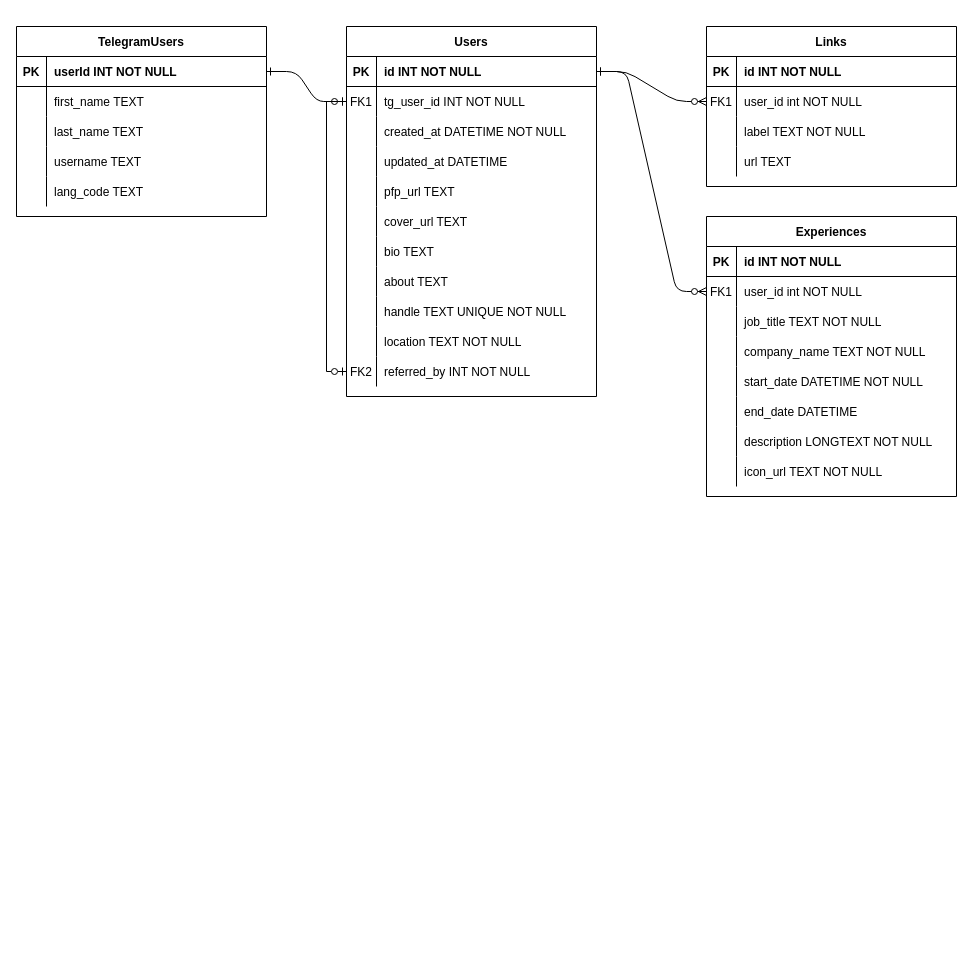
Earlier version of the draw.io diagram tg-profile-entity-class-diagram.drawio (ImWaynnee/tg-profile-class-diagram). Source tidied: cells renumbered, new cells numbered last; positions are measured from the earlier drawing's top-left corner, leaving out a move shared by most shapes. Both pictures are drawn from the tidied source at 100%, with x=0, y=0 at pixel (16, 26).
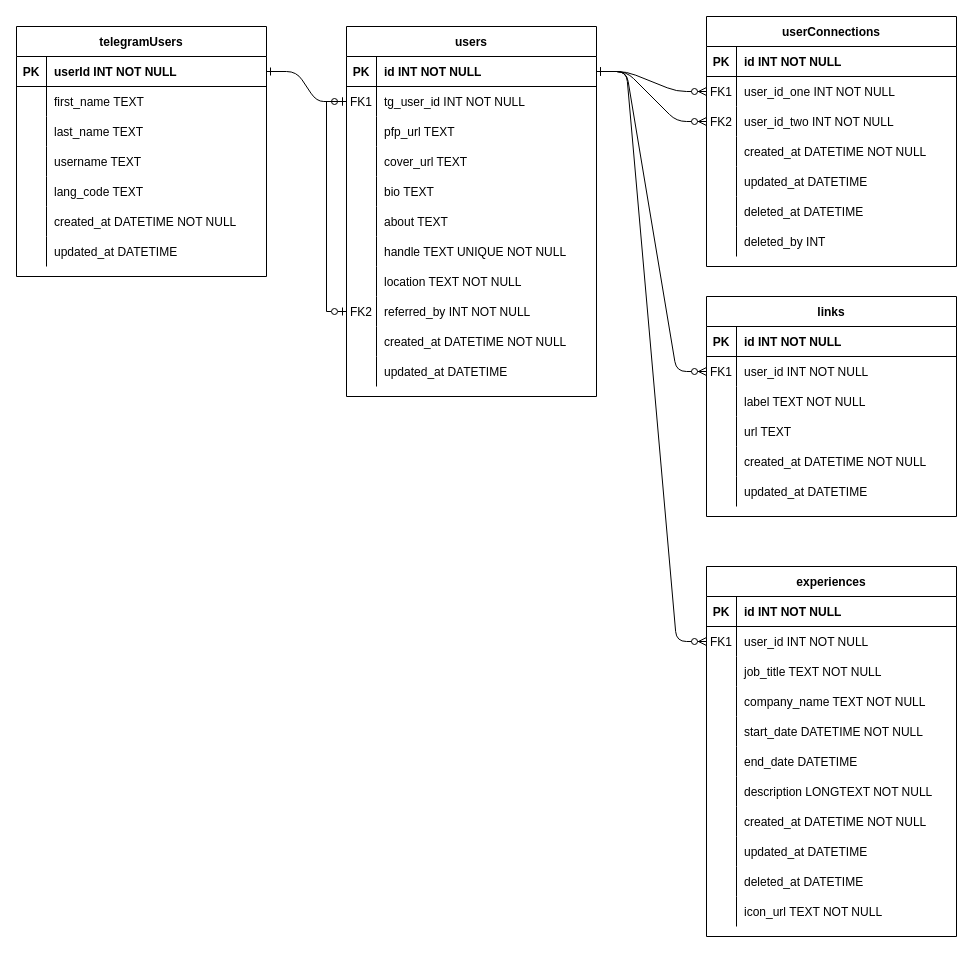
After the change.

Unchanged cells that the change refers to:
```xml
<mxCell id="5" style="shape=partialRectangle;fillColor=none;points=[[0,0.5],[1,0.5]];portConstraint=eastwest;top=0;left=0;right=0;bottom=1;" parent="4" vertex="1">
  <mxGeometry y="30" width="250" height="30" as="geometry" />
</mxCell>
<mxCell id="42" style="shape=partialRectangle;fillColor=none;points=[[0,0.5],[1,0.5]];portConstraint=eastwest;top=0;left=0;right=0;bottom=0;" parent="38" vertex="1">
  <mxGeometry y="60" width="250" height="30" as="geometry" />
</mxCell>
<mxCell id="71" style="shape=partialRectangle;fillColor=none;points=[[0,0.5],[1,0.5]];portConstraint=eastwest;top=0;left=0;right=0;bottom=0;" parent="67" vertex="1">
  <mxGeometry y="60" width="250" height="30" as="geometry" />
</mxCell>
```

Change to the diagram source:
```diff
@@
-    <mxCell id="4" value="Users" style="shape=table;startSize=30;childLayout=tableLayout;rowLines=0;fontStyle=1;align=center;" parent="1" vertex="1">
+    <mxCell id="4" value="users" style="shape=table;startSize=30;childLayout=tableLayout;rowLines=0;fontStyle=1;align=center;" parent="1" vertex="1">
       <mxGeometry x="330" width="250" height="370" as="geometry" />
     </mxCell>
@@
-    <mxCell id="11" style="shape=partialRectangle;fillColor=none;top=0;left=0;right=0;bottom=0;" parent="4" vertex="1">
-      <mxGeometry y="90" width="250" height="30" as="geometry" />
-    </mxCell>
-    <mxCell id="12" style="shape=partialRectangle;overflow=hidden;fillColor=none;top=0;left=0;bottom=0;right=0;" parent="11" vertex="1">
-      <mxGeometry width="30" height="30" as="geometry" />
-    </mxCell>
-    <mxCell id="13" value="created_at DATETIME NOT NULL" style="shape=partialRectangle;overflow=hidden;fillColor=none;top=0;left=0;bottom=0;right=0;align=left;spacingLeft=6;" parent="11" vertex="1">
-      <mxGeometry x="30" width="220" height="30" as="geometry" />
-    </mxCell>
-    <mxCell id="14" style="shape=partialRectangle;fillColor=none;top=0;left=0;right=0;bottom=0;" parent="4" vertex="1">
-      <mxGeometry y="120" width="250" height="30" as="geometry" />
-    </mxCell>
-    <mxCell id="15" style="shape=partialRectangle;overflow=hidden;fillColor=none;top=0;left=0;bottom=0;right=0;" parent="14" vertex="1">
-      <mxGeometry width="30" height="30" as="geometry" />
-    </mxCell>
-    <mxCell id="16" value="updated_at DATETIME" style="shape=partialRectangle;overflow=hidden;fillColor=none;top=0;left=0;bottom=0;right=0;align=left;spacingLeft=6;" parent="14" vertex="1">
-      <mxGeometry x="30" width="220" height="30" as="geometry" />
-    </mxCell>
     <mxCell id="17" style="shape=partialRectangle;fillColor=none;top=0;left=0;right=0;bottom=0;" parent="4" vertex="1">
-      <mxGeometry y="150" width="250" height="30" as="geometry" />
+      <mxGeometry y="90" width="250" height="30" as="geometry" />
     </mxCell>
@@
     <mxCell id="20" style="shape=partialRectangle;fillColor=none;top=0;left=0;right=0;bottom=0;" parent="4" vertex="1">
-      <mxGeometry y="180" width="250" height="30" as="geometry" />
+      <mxGeometry y="120" width="250" height="30" as="geometry" />
     </mxCell>
@@
     <mxCell id="23" style="shape=partialRectangle;fillColor=none;top=0;left=0;right=0;bottom=0;" parent="4" vertex="1">
-      <mxGeometry y="210" width="250" height="30" as="geometry" />
+      <mxGeometry y="150" width="250" height="30" as="geometry" />
     </mxCell>
@@
     <mxCell id="26" style="shape=partialRectangle;fillColor=none;top=0;left=0;right=0;bottom=0;" parent="4" vertex="1">
-      <mxGeometry y="240" width="250" height="30" as="geometry" />
+      <mxGeometry y="180" width="250" height="30" as="geometry" />
     </mxCell>
@@
     <mxCell id="29" style="shape=partialRectangle;fillColor=none;top=0;left=0;right=0;bottom=0;" parent="4" vertex="1">
-      <mxGeometry y="270" width="250" height="30" as="geometry" />
+      <mxGeometry y="210" width="250" height="30" as="geometry" />
     </mxCell>
@@
     <mxCell id="32" style="shape=partialRectangle;fillColor=none;top=0;left=0;right=0;bottom=0;" parent="4" vertex="1">
-      <mxGeometry y="300" width="250" height="30" as="geometry" />
+      <mxGeometry y="240" width="250" height="30" as="geometry" />
     </mxCell>
@@
     <mxCell id="35" style="shape=partialRectangle;fillColor=none;points=[[0,0.5],[1,0.5]];portConstraint=eastwest;top=0;left=0;right=0;bottom=0;" parent="4" vertex="1">
-      <mxGeometry y="330" width="250" height="30" as="geometry" />
+      <mxGeometry y="270" width="250" height="30" as="geometry" />
     </mxCell>
@@
+    <mxCell id="11" style="shape=partialRectangle;fillColor=none;top=0;left=0;right=0;bottom=0;" parent="4" vertex="1">
+      <mxGeometry y="300" width="250" height="30" as="geometry" />
+    </mxCell>
+    <mxCell id="12" style="shape=partialRectangle;overflow=hidden;fillColor=none;top=0;left=0;bottom=0;right=0;" parent="11" vertex="1">
+      <mxGeometry width="30" height="30" as="geometry" />
+    </mxCell>
+    <mxCell id="13" value="created_at DATETIME NOT NULL" style="shape=partialRectangle;overflow=hidden;fillColor=none;top=0;left=0;bottom=0;right=0;align=left;spacingLeft=6;" parent="11" vertex="1">
+      <mxGeometry x="30" width="220" height="30" as="geometry" />
+    </mxCell>
+    <mxCell id="14" style="shape=partialRectangle;fillColor=none;top=0;left=0;right=0;bottom=0;" parent="4" vertex="1">
+      <mxGeometry y="330" width="250" height="30" as="geometry" />
+    </mxCell>
+    <mxCell id="15" style="shape=partialRectangle;overflow=hidden;fillColor=none;top=0;left=0;bottom=0;right=0;" parent="14" vertex="1">
+      <mxGeometry width="30" height="30" as="geometry" />
+    </mxCell>
+    <mxCell id="16" value="updated_at DATETIME" style="shape=partialRectangle;overflow=hidden;fillColor=none;top=0;left=0;bottom=0;right=0;align=left;spacingLeft=6;" parent="14" vertex="1">
+      <mxGeometry x="30" width="220" height="30" as="geometry" />
+    </mxCell>
-    <mxCell id="38" value="Links" style="shape=table;startSize=30;childLayout=tableLayout;rowLines=0;fontStyle=1;align=center;" parent="1" vertex="1">
-      <mxGeometry x="690" width="250" height="160" as="geometry" />
+    <mxCell id="38" value="links" style="shape=table;startSize=30;childLayout=tableLayout;rowLines=0;fontStyle=1;align=center;" parent="1" vertex="1">
+      <mxGeometry x="690" y="270" width="250" height="220" as="geometry" />
     </mxCell>
@@
-    <mxCell id="44" value="user_id int NOT NULL" style="shape=partialRectangle;overflow=hidden;fillColor=none;top=0;left=0;bottom=0;right=0;align=left;spacingLeft=6;" parent="42" vertex="1">
+    <mxCell id="44" value="user_id INT NOT NULL" style="shape=partialRectangle;overflow=hidden;fillColor=none;top=0;left=0;bottom=0;right=0;align=left;spacingLeft=6;" parent="42" vertex="1">
       <mxGeometry x="30" width="220" height="30" as="geometry" />
     </mxCell>
@@
+    <mxCell id="94" style="shape=partialRectangle;fillColor=none;top=0;left=0;right=0;bottom=0;" parent="38" vertex="1">
+      <mxGeometry y="150" width="250" height="30" as="geometry" />
+    </mxCell>
+    <mxCell id="95" style="shape=partialRectangle;overflow=hidden;fillColor=none;top=0;left=0;bottom=0;right=0;" parent="94" vertex="1">
+      <mxGeometry width="30" height="30" as="geometry" />
+    </mxCell>
+    <mxCell id="96" value="created_at DATETIME NOT NULL" style="shape=partialRectangle;overflow=hidden;fillColor=none;top=0;left=0;bottom=0;right=0;align=left;spacingLeft=6;" parent="94" vertex="1">
+      <mxGeometry x="30" width="220" height="30" as="geometry" />
+    </mxCell>
+    <mxCell id="97" style="shape=partialRectangle;fillColor=none;top=0;left=0;right=0;bottom=0;" parent="38" vertex="1">
+      <mxGeometry y="180" width="250" height="30" as="geometry" />
+    </mxCell>
+    <mxCell id="98" style="shape=partialRectangle;overflow=hidden;fillColor=none;top=0;left=0;bottom=0;right=0;" parent="97" vertex="1">
+      <mxGeometry width="30" height="30" as="geometry" />
+    </mxCell>
+    <mxCell id="99" value="updated_at DATETIME" style="shape=partialRectangle;overflow=hidden;fillColor=none;top=0;left=0;bottom=0;right=0;align=left;spacingLeft=6;" parent="97" vertex="1">
+      <mxGeometry x="30" width="220" height="30" as="geometry" />
+    </mxCell>
-    <mxCell id="51" value="TelegramUsers" style="shape=table;startSize=30;childLayout=tableLayout;rowLines=0;fontStyle=1;align=center;" parent="1" vertex="1">
-      <mxGeometry width="250" height="190" as="geometry" />
+    <mxCell id="51" value="telegramUsers" style="shape=table;startSize=30;childLayout=tableLayout;rowLines=0;fontStyle=1;align=center;" parent="1" vertex="1">
+      <mxGeometry width="250" height="250" as="geometry" />
     </mxCell>
@@
+    <mxCell id="100" style="shape=partialRectangle;fillColor=none;top=0;left=0;right=0;bottom=0;" parent="51" vertex="1">
+      <mxGeometry y="150" width="250" height="30" as="geometry" />
+    </mxCell>
+    <mxCell id="101" style="shape=partialRectangle;overflow=hidden;fillColor=none;top=0;left=0;bottom=0;right=0;" parent="100" vertex="1">
+      <mxGeometry width="30" height="30" as="geometry" />
+    </mxCell>
+    <mxCell id="102" value="lang_code TEXT" style="shape=partialRectangle;overflow=hidden;fillColor=none;top=0;left=0;bottom=0;right=0;align=left;spacingLeft=6;" parent="100" vertex="1">
+      <mxGeometry x="30" width="220" height="30" as="geometry" />
+    </mxCell>
+    <mxCell id="103" style="shape=partialRectangle;fillColor=none;top=0;left=0;right=0;bottom=0;" parent="51" vertex="1">
+      <mxGeometry y="180" width="250" height="30" as="geometry" />
+    </mxCell>
+    <mxCell id="104" style="shape=partialRectangle;overflow=hidden;fillColor=none;top=0;left=0;bottom=0;right=0;" parent="103" vertex="1">
+      <mxGeometry width="30" height="30" as="geometry" />
+    </mxCell>
+    <mxCell id="105" value="created_at DATETIME NOT NULL" style="shape=partialRectangle;overflow=hidden;fillColor=none;top=0;left=0;bottom=0;right=0;align=left;spacingLeft=6;" parent="103" vertex="1">
+      <mxGeometry x="30" width="220" height="30" as="geometry" />
+    </mxCell>
     <mxCell id="64" style="shape=partialRectangle;fillColor=none;top=0;left=0;right=0;bottom=0;" parent="51" vertex="1">
-      <mxGeometry y="150" width="250" height="30" as="geometry" />
+      <mxGeometry y="210" width="250" height="30" as="geometry" />
     </mxCell>
@@
-    <mxCell id="66" value="lang_code TEXT" style="shape=partialRectangle;overflow=hidden;fillColor=none;top=0;left=0;bottom=0;right=0;align=left;spacingLeft=6;" parent="64" vertex="1">
+    <mxCell id="66" value="updated_at DATETIME" style="shape=partialRectangle;overflow=hidden;fillColor=none;top=0;left=0;bottom=0;right=0;align=left;spacingLeft=6;" parent="64" vertex="1">
       <mxGeometry x="30" width="220" height="30" as="geometry" />
     </mxCell>
-    <mxCell id="67" value="Experiences" style="shape=table;startSize=30;childLayout=tableLayout;rowLines=0;fontStyle=1;align=center;" parent="1" vertex="1">
-      <mxGeometry x="690" y="190" width="250" height="280" as="geometry" />
+    <mxCell id="67" value="experiences" style="shape=table;startSize=30;childLayout=tableLayout;rowLines=0;fontStyle=1;align=center;" parent="1" vertex="1">
+      <mxGeometry x="690" y="540" width="250" height="370" as="geometry" />
     </mxCell>
@@
-    <mxCell id="73" value="user_id int NOT NULL" style="shape=partialRectangle;overflow=hidden;fillColor=none;top=0;left=0;bottom=0;right=0;align=left;spacingLeft=6;" parent="71" vertex="1">
+    <mxCell id="73" value="user_id INT NOT NULL" style="shape=partialRectangle;overflow=hidden;fillColor=none;top=0;left=0;bottom=0;right=0;align=left;spacingLeft=6;" parent="71" vertex="1">
       <mxGeometry x="30" width="220" height="30" as="geometry" />
     </mxCell>
@@
+    <mxCell id="106" style="shape=partialRectangle;fillColor=none;top=0;left=0;right=0;bottom=0;" parent="67" vertex="1">
+      <mxGeometry y="240" width="250" height="30" as="geometry" />
+    </mxCell>
+    <mxCell id="107" style="shape=partialRectangle;overflow=hidden;fillColor=none;top=0;left=0;bottom=0;right=0;" parent="106" vertex="1">
+      <mxGeometry width="30" height="30" as="geometry" />
+    </mxCell>
+    <mxCell id="108" value="created_at DATETIME NOT NULL" style="shape=partialRectangle;overflow=hidden;fillColor=none;top=0;left=0;bottom=0;right=0;align=left;spacingLeft=6;" parent="106" vertex="1">
+      <mxGeometry x="30" width="220" height="30" as="geometry" />
+    </mxCell>
+    <mxCell id="109" style="shape=partialRectangle;fillColor=none;points=[[0,0.5],[1,0.5]];portConstraint=eastwest;top=0;left=0;right=0;bottom=0;" parent="67" vertex="1">
+      <mxGeometry y="270" width="250" height="30" as="geometry" />
+    </mxCell>
+    <mxCell id="110" style="shape=partialRectangle;overflow=hidden;fillColor=none;top=0;left=0;bottom=0;right=0;" parent="109" vertex="1">
+      <mxGeometry width="30" height="30" as="geometry" />
+    </mxCell>
+    <mxCell id="111" value="updated_at DATETIME" style="shape=partialRectangle;overflow=hidden;fillColor=none;top=0;left=0;bottom=0;right=0;align=left;spacingLeft=6;" parent="109" vertex="1">
+      <mxGeometry x="30" width="220" height="30" as="geometry" />
+    </mxCell>
+    <mxCell id="112" style="shape=partialRectangle;fillColor=none;top=0;left=0;right=0;bottom=0;" parent="67" vertex="1">
+      <mxGeometry y="300" width="250" height="30" as="geometry" />
+    </mxCell>
+    <mxCell id="113" style="shape=partialRectangle;overflow=hidden;fillColor=none;top=0;left=0;bottom=0;right=0;" parent="112" vertex="1">
+      <mxGeometry width="30" height="30" as="geometry" />
+    </mxCell>
+    <mxCell id="114" value="deleted_at DATETIME " style="shape=partialRectangle;overflow=hidden;fillColor=none;top=0;left=0;bottom=0;right=0;align=left;spacingLeft=6;" parent="112" vertex="1">
+      <mxGeometry x="30" width="220" height="30" as="geometry" />
+    </mxCell>
     <mxCell id="89" style="shape=partialRectangle;fillColor=none;top=0;left=0;right=0;bottom=0;" parent="67" vertex="1">
-      <mxGeometry y="240" width="250" height="30" as="geometry" />
+      <mxGeometry y="330" width="250" height="30" as="geometry" />
     </mxCell>
@@
+    <mxCell id="115" style="edgeStyle=orthogonalEdgeStyle;rounded=0;orthogonalLoop=1;jettySize=auto;html=1;exitX=1;exitY=0.5;exitDx=0;exitDy=0;" parent="67" edge="1" source="109" target="109">
+      <mxGeometry relative="1" as="geometry" />
+    </mxCell>
@@
+    <mxCell id="116" value="userConnections" style="shape=table;startSize=30;childLayout=tableLayout;rowLines=0;fontStyle=1;align=center;" parent="1" vertex="1">
+      <mxGeometry x="690" y="-10" width="250" height="250" as="geometry" />
+    </mxCell>
+    <mxCell id="117" style="shape=partialRectangle;fillColor=none;top=0;left=0;right=0;bottom=1;" parent="116" vertex="1">
+      <mxGeometry y="30" width="250" height="30" as="geometry" />
+    </mxCell>
+    <mxCell id="118" value="PK" style="shape=partialRectangle;overflow=hidden;fillColor=none;top=0;left=0;bottom=0;right=0;fontStyle=1;" parent="117" vertex="1">
+      <mxGeometry width="30" height="30" as="geometry" />
+    </mxCell>
+    <mxCell id="119" value="id INT NOT NULL" style="shape=partialRectangle;overflow=hidden;fillColor=none;top=0;left=0;bottom=0;right=0;align=left;spacingLeft=6;fontStyle=1;" parent="117" vertex="1">
+      <mxGeometry x="30" width="220" height="30" as="geometry" />
+    </mxCell>
+    <mxCell id="120" style="shape=partialRectangle;fillColor=none;points=[[0,0.5],[1,0.5]];portConstraint=eastwest;top=0;left=0;right=0;bottom=0;" parent="116" vertex="1">
+      <mxGeometry y="60" width="250" height="30" as="geometry" />
+    </mxCell>
+    <mxCell id="121" value="FK1" style="shape=partialRectangle;overflow=hidden;fillColor=none;top=0;left=0;bottom=0;right=0;" parent="120" vertex="1">
+      <mxGeometry width="30" height="30" as="geometry" />
+    </mxCell>
+    <mxCell id="122" value="user_id_one INT NOT NULL" style="shape=partialRectangle;overflow=hidden;fillColor=none;top=0;left=0;bottom=0;right=0;align=left;spacingLeft=6;" parent="120" vertex="1">
+      <mxGeometry x="30" width="220" height="30" as="geometry" />
+    </mxCell>
+    <mxCell id="123" style="shape=partialRectangle;fillColor=none;points=[[0,0.5],[1,0.5]];portConstraint=eastwest;top=0;left=0;right=0;bottom=0;" parent="116" vertex="1">
+      <mxGeometry y="90" width="250" height="30" as="geometry" />
+    </mxCell>
+    <mxCell id="124" value="FK2" style="shape=partialRectangle;overflow=hidden;fillColor=none;top=0;left=0;bottom=0;right=0;" parent="123" vertex="1">
+      <mxGeometry width="30" height="30" as="geometry" />
+    </mxCell>
+    <mxCell id="125" value="user_id_two INT NOT NULL" style="shape=partialRectangle;overflow=hidden;fillColor=none;top=0;left=0;bottom=0;right=0;align=left;spacingLeft=6;" parent="123" vertex="1">
+      <mxGeometry x="30" width="220" height="30" as="geometry" />
+    </mxCell>
+    <mxCell id="126" style="shape=partialRectangle;fillColor=none;top=0;left=0;right=0;bottom=0;" parent="116" vertex="1">
+      <mxGeometry y="120" width="250" height="30" as="geometry" />
+    </mxCell>
+    <mxCell id="127" style="shape=partialRectangle;overflow=hidden;fillColor=none;top=0;left=0;bottom=0;right=0;" parent="126" vertex="1">
+      <mxGeometry width="30" height="30" as="geometry" />
+    </mxCell>
+    <mxCell id="128" value="created_at DATETIME NOT NULL" style="shape=partialRectangle;overflow=hidden;fillColor=none;top=0;left=0;bottom=0;right=0;align=left;spacingLeft=6;" parent="126" vertex="1">
+      <mxGeometry x="30" width="220" height="30" as="geometry" />
+    </mxCell>
+    <mxCell id="129" style="shape=partialRectangle;fillColor=none;top=0;left=0;right=0;bottom=0;" parent="116" vertex="1">
+      <mxGeometry y="150" width="250" height="30" as="geometry" />
+    </mxCell>
+    <mxCell id="130" style="shape=partialRectangle;overflow=hidden;fillColor=none;top=0;left=0;bottom=0;right=0;" parent="129" vertex="1">
+      <mxGeometry width="30" height="30" as="geometry" />
+    </mxCell>
+    <mxCell id="131" value="updated_at DATETIME" style="shape=partialRectangle;overflow=hidden;fillColor=none;top=0;left=0;bottom=0;right=0;align=left;spacingLeft=6;" parent="129" vertex="1">
+      <mxGeometry x="30" width="220" height="30" as="geometry" />
+    </mxCell>
+    <mxCell id="132" style="shape=partialRectangle;fillColor=none;top=0;left=0;right=0;bottom=0;" parent="116" vertex="1">
+      <mxGeometry y="180" width="250" height="30" as="geometry" />
+    </mxCell>
+    <mxCell id="133" style="shape=partialRectangle;overflow=hidden;fillColor=none;top=0;left=0;bottom=0;right=0;" parent="132" vertex="1">
+      <mxGeometry width="30" height="30" as="geometry" />
+    </mxCell>
+    <mxCell id="134" value="deleted_at DATETIME" style="shape=partialRectangle;overflow=hidden;fillColor=none;top=0;left=0;bottom=0;right=0;align=left;spacingLeft=6;" parent="132" vertex="1">
+      <mxGeometry x="30" width="220" height="30" as="geometry" />
+    </mxCell>
+    <mxCell id="135" style="shape=partialRectangle;fillColor=none;top=0;left=0;right=0;bottom=0;" parent="116" vertex="1">
+      <mxGeometry y="210" width="250" height="30" as="geometry" />
+    </mxCell>
+    <mxCell id="136" style="shape=partialRectangle;overflow=hidden;fillColor=none;top=0;left=0;bottom=0;right=0;" parent="135" vertex="1">
+      <mxGeometry width="30" height="30" as="geometry" />
+    </mxCell>
+    <mxCell id="137" value="deleted_by INT" style="shape=partialRectangle;overflow=hidden;fillColor=none;top=0;left=0;bottom=0;right=0;align=left;spacingLeft=6;" parent="135" vertex="1">
+      <mxGeometry x="30" width="220" height="30" as="geometry" />
+    </mxCell>
+    <mxCell id="138" style="edgeStyle=entityRelationEdgeStyle;endArrow=ERzeroToMany;startArrow=ERone;endFill=1;startFill=0;entryX=0;entryY=0.5;entryDx=0;entryDy=0;exitX=1;exitY=0.5;exitDx=0;exitDy=0;" parent="1" edge="1" source="5" target="120">
+      <mxGeometry relative="1" as="geometry" />
+    </mxCell>
+    <mxCell id="139" style="edgeStyle=entityRelationEdgeStyle;endArrow=ERzeroToMany;startArrow=ERone;endFill=1;startFill=0;entryX=0;entryY=0.5;entryDx=0;entryDy=0;exitX=1;exitY=0.5;exitDx=0;exitDy=0;" parent="1" edge="1" source="5" target="123">
+      <mxGeometry relative="1" as="geometry" />
+    </mxCell>
```
